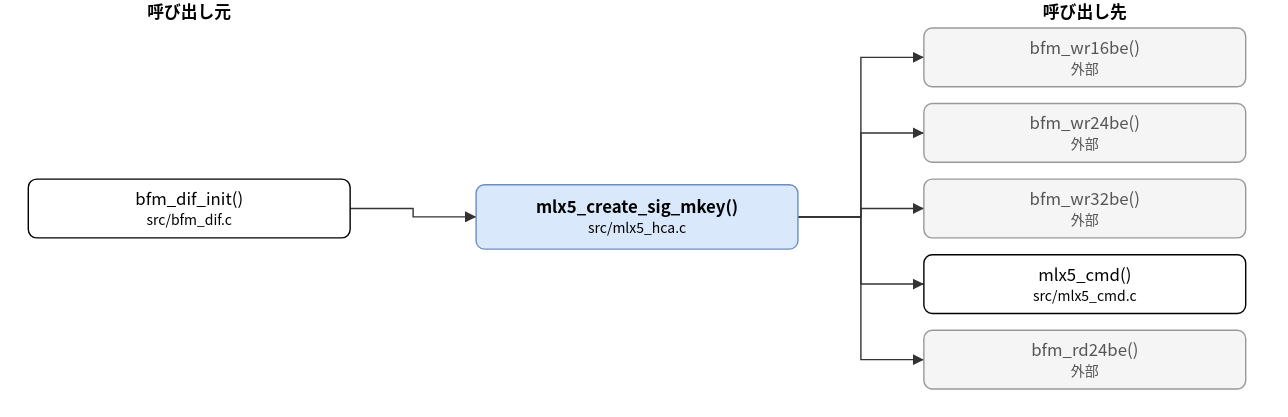
Above: doc/spec/images/call_src_mlx5_hca-mlx5_create_sig_mkey.drawio.svg in hf355051012-ai/bfmem (draw.io), before the change. Source tidied: cells renumbered, new cells last; positions are measured from the earlier drawing's top-left corner, leaving out a move shared by most shapes. The source it was exported from:
```xml
<mxGraphModel>
  <root>
    <mxCell id="0" />
    <mxCell id="1" parent="0" />
    <mxCell id="2" value="mlx5_create_sig_mkey()&lt;br&gt;&lt;font style=&quot;font-size:10px&quot;&gt;src/mlx5_hca.c&lt;/font&gt;" style="rounded=1;whiteSpace=wrap;html=1;fillColor=#dae8fc;strokeColor=#6c8ebf;fontStyle=1;" parent="1" vertex="1">
      <mxGeometry x="320" y="132" width="230" height="46" as="geometry" />
    </mxCell>
    <mxCell id="3" value="bfm_dif_init()&lt;br&gt;&lt;font style=&quot;font-size:10px&quot;&gt;src/bfm_dif.c&lt;/font&gt;" style="rounded=1;whiteSpace=wrap;html=1;" parent="1" vertex="1">
      <mxGeometry y="128" width="230" height="42" as="geometry" />
    </mxCell>
    <mxCell id="4" value="bfm_wr16be()&lt;br&gt;&lt;font style=&quot;font-size:10px&quot;&gt;外部&lt;/font&gt;" style="rounded=1;whiteSpace=wrap;html=1;fillColor=#f5f5f5;strokeColor=#999999;fontColor=#555555;" parent="1" vertex="1">
      <mxGeometry x="640" y="20" width="230" height="42" as="geometry" />
    </mxCell>
    <mxCell id="5" value="bfm_wr24be()&lt;br&gt;&lt;font style=&quot;font-size:10px&quot;&gt;外部&lt;/font&gt;" style="rounded=1;whiteSpace=wrap;html=1;fillColor=#f5f5f5;strokeColor=#999999;fontColor=#555555;" parent="1" vertex="1">
      <mxGeometry x="640" y="74" width="230" height="42" as="geometry" />
    </mxCell>
    <mxCell id="6" value="bfm_wr32be()&lt;br&gt;&lt;font style=&quot;font-size:10px&quot;&gt;外部&lt;/font&gt;" style="rounded=1;whiteSpace=wrap;html=1;fillColor=#f5f5f5;strokeColor=#999999;fontColor=#555555;" parent="1" vertex="1">
      <mxGeometry x="640" y="128" width="230" height="42" as="geometry" />
    </mxCell>
    <mxCell id="7" value="mlx5_cmd()&lt;br&gt;&lt;font style=&quot;font-size:10px&quot;&gt;src/mlx5_cmd.c&lt;/font&gt;" style="rounded=1;whiteSpace=wrap;html=1;" parent="1" vertex="1">
      <mxGeometry x="640" y="182" width="230" height="42" as="geometry" />
    </mxCell>
    <mxCell id="8" value="bfm_rd24be()&lt;br&gt;&lt;font style=&quot;font-size:10px&quot;&gt;外部&lt;/font&gt;" style="rounded=1;whiteSpace=wrap;html=1;fillColor=#f5f5f5;strokeColor=#999999;fontColor=#555555;" parent="1" vertex="1">
      <mxGeometry x="640" y="236" width="230" height="42" as="geometry" />
    </mxCell>
    <mxCell id="9" style="edgeStyle=none;html=1;rounded=0;endArrow=block;endFill=1;exitX=1.0000;exitY=0.5000;exitDx=0;exitDy=0;exitPerimeter=0;entryX=0.0000;entryY=0.5000;entryDx=0;entryDy=0;entryPerimeter=0;" parent="1" edge="1" source="3" target="2">
      <mxGeometry relative="1" as="geometry">
        <Array as="points">
          <mxPoint x="275" y="149" />
          <mxPoint x="275" y="155" />
        </Array>
      </mxGeometry>
    </mxCell>
    <mxCell id="10" style="edgeStyle=none;html=1;rounded=0;endArrow=block;endFill=1;exitX=1.0000;exitY=0.5000;exitDx=0;exitDy=0;exitPerimeter=0;entryX=0.0000;entryY=0.5000;entryDx=0;entryDy=0;entryPerimeter=0;" parent="1" edge="1" source="2" target="4">
      <mxGeometry relative="1" as="geometry">
        <Array as="points">
          <mxPoint x="595" y="155" />
          <mxPoint x="595" y="41" />
        </Array>
      </mxGeometry>
    </mxCell>
    <mxCell id="11" style="edgeStyle=none;html=1;rounded=0;endArrow=block;endFill=1;exitX=1.0000;exitY=0.5000;exitDx=0;exitDy=0;exitPerimeter=0;entryX=0.0000;entryY=0.5000;entryDx=0;entryDy=0;entryPerimeter=0;" parent="1" edge="1" source="2" target="5">
      <mxGeometry relative="1" as="geometry">
        <Array as="points">
          <mxPoint x="595" y="155" />
          <mxPoint x="595" y="95" />
        </Array>
      </mxGeometry>
    </mxCell>
    <mxCell id="12" style="edgeStyle=none;html=1;rounded=0;endArrow=block;endFill=1;exitX=1.0000;exitY=0.5000;exitDx=0;exitDy=0;exitPerimeter=0;entryX=0.0000;entryY=0.5000;entryDx=0;entryDy=0;entryPerimeter=0;" parent="1" edge="1" source="2" target="6">
      <mxGeometry relative="1" as="geometry">
        <Array as="points">
          <mxPoint x="595" y="155" />
          <mxPoint x="595" y="149" />
        </Array>
      </mxGeometry>
    </mxCell>
    <mxCell id="13" style="edgeStyle=none;html=1;rounded=0;endArrow=block;endFill=1;exitX=1.0000;exitY=0.5000;exitDx=0;exitDy=0;exitPerimeter=0;entryX=0.0000;entryY=0.5000;entryDx=0;entryDy=0;entryPerimeter=0;" parent="1" edge="1" source="2" target="7">
      <mxGeometry relative="1" as="geometry">
        <Array as="points">
          <mxPoint x="595" y="155" />
          <mxPoint x="595" y="203" />
        </Array>
      </mxGeometry>
    </mxCell>
    <mxCell id="14" style="edgeStyle=none;html=1;rounded=0;endArrow=block;endFill=1;exitX=1.0000;exitY=0.5000;exitDx=0;exitDy=0;exitPerimeter=0;entryX=0.0000;entryY=0.5000;entryDx=0;entryDy=0;entryPerimeter=0;" parent="1" edge="1" source="2" target="8">
      <mxGeometry relative="1" as="geometry">
        <Array as="points">
          <mxPoint x="595" y="155" />
          <mxPoint x="595" y="257" />
        </Array>
      </mxGeometry>
    </mxCell>
    <mxCell id="15" value="呼び出し元" style="text;html=1;align=center;fontStyle=1;" parent="1" vertex="1">
      <mxGeometry x="35" width="160" height="18" as="geometry" />
    </mxCell>
    <mxCell id="16" value="呼び出し先" style="text;html=1;align=center;fontStyle=1;" parent="1" vertex="1">
      <mxGeometry x="675" width="160" height="18" as="geometry" />
    </mxCell>
  </root>
</mxGraphModel>
```
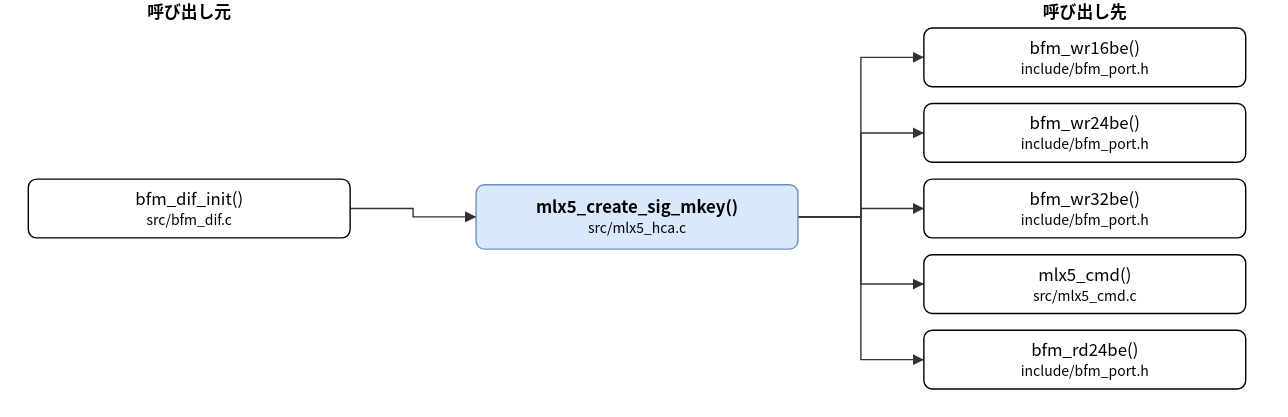
After the commit.

Change to the diagram source:
```diff
@@ -8,19 +8,19 @@
     <mxCell id="3" value="bfm_dif_init()&lt;br&gt;&lt;font style=&quot;font-size:10px&quot;&gt;src/bfm_dif.c&lt;/font&gt;" style="rounded=1;whiteSpace=wrap;html=1;" parent="1" vertex="1">
       <mxGeometry y="128" width="230" height="42" as="geometry" />
     </mxCell>
-    <mxCell id="4" value="bfm_wr16be()&lt;br&gt;&lt;font style=&quot;font-size:10px&quot;&gt;外部&lt;/font&gt;" style="rounded=1;whiteSpace=wrap;html=1;fillColor=#f5f5f5;strokeColor=#999999;fontColor=#555555;" parent="1" vertex="1">
+    <mxCell id="4" value="bfm_wr16be()&lt;br&gt;&lt;font style=&quot;font-size:10px&quot;&gt;include/bfm_port.h&lt;/font&gt;" style="rounded=1;whiteSpace=wrap;html=1;" parent="1" vertex="1">
       <mxGeometry x="640" y="20" width="230" height="42" as="geometry" />
     </mxCell>
-    <mxCell id="5" value="bfm_wr24be()&lt;br&gt;&lt;font style=&quot;font-size:10px&quot;&gt;外部&lt;/font&gt;" style="rounded=1;whiteSpace=wrap;html=1;fillColor=#f5f5f5;strokeColor=#999999;fontColor=#555555;" parent="1" vertex="1">
+    <mxCell id="5" value="bfm_wr24be()&lt;br&gt;&lt;font style=&quot;font-size:10px&quot;&gt;include/bfm_port.h&lt;/font&gt;" style="rounded=1;whiteSpace=wrap;html=1;" parent="1" vertex="1">
       <mxGeometry x="640" y="74" width="230" height="42" as="geometry" />
     </mxCell>
-    <mxCell id="6" value="bfm_wr32be()&lt;br&gt;&lt;font style=&quot;font-size:10px&quot;&gt;外部&lt;/font&gt;" style="rounded=1;whiteSpace=wrap;html=1;fillColor=#f5f5f5;strokeColor=#999999;fontColor=#555555;" parent="1" vertex="1">
+    <mxCell id="6" value="bfm_wr32be()&lt;br&gt;&lt;font style=&quot;font-size:10px&quot;&gt;include/bfm_port.h&lt;/font&gt;" style="rounded=1;whiteSpace=wrap;html=1;" parent="1" vertex="1">
       <mxGeometry x="640" y="128" width="230" height="42" as="geometry" />
     </mxCell>
     <mxCell id="7" value="mlx5_cmd()&lt;br&gt;&lt;font style=&quot;font-size:10px&quot;&gt;src/mlx5_cmd.c&lt;/font&gt;" style="rounded=1;whiteSpace=wrap;html=1;" parent="1" vertex="1">
       <mxGeometry x="640" y="182" width="230" height="42" as="geometry" />
     </mxCell>
-    <mxCell id="8" value="bfm_rd24be()&lt;br&gt;&lt;font style=&quot;font-size:10px&quot;&gt;外部&lt;/font&gt;" style="rounded=1;whiteSpace=wrap;html=1;fillColor=#f5f5f5;strokeColor=#999999;fontColor=#555555;" parent="1" vertex="1">
+    <mxCell id="8" value="bfm_rd24be()&lt;br&gt;&lt;font style=&quot;font-size:10px&quot;&gt;include/bfm_port.h&lt;/font&gt;" style="rounded=1;whiteSpace=wrap;html=1;" parent="1" vertex="1">
       <mxGeometry x="640" y="236" width="230" height="42" as="geometry" />
     </mxCell>
     <mxCell id="9" style="edgeStyle=none;html=1;rounded=0;endArrow=block;endFill=1;exitX=1.0000;exitY=0.5000;exitDx=0;exitDy=0;exitPerimeter=0;entryX=0.0000;entryY=0.5000;entryDx=0;entryDy=0;entryPerimeter=0;" parent="1" edge="1" source="3" target="2">
```
